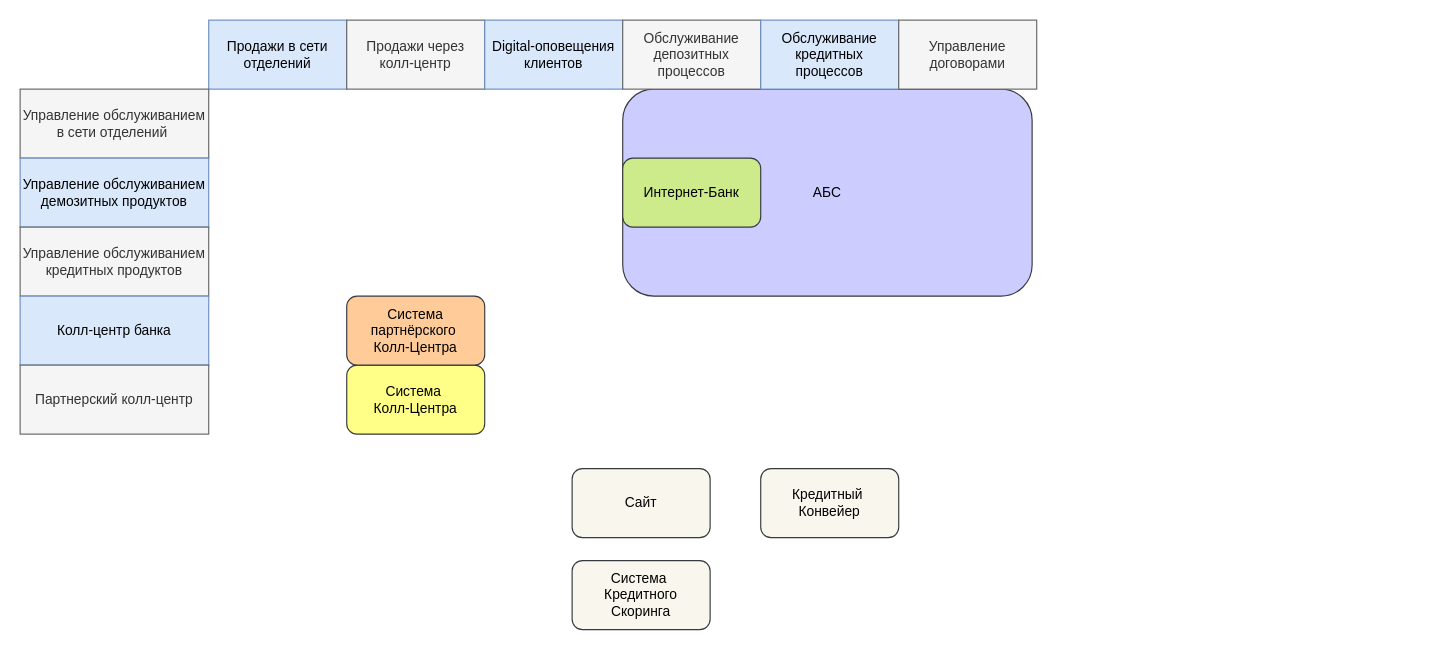
This is page "Карта Ландшафта" (1 of 3) of it_land_map.drawio from MorKaragh/drawings, a draw.io file, before an edit. Source tidied: cells renumbered, new cells numbered last; positions are measured from the earlier drawing's top-left corner, leaving out a move shared by most shapes. Both pictures are drawn from the tidied source at 115%, with x=0, y=0 at pixel (20, 20).
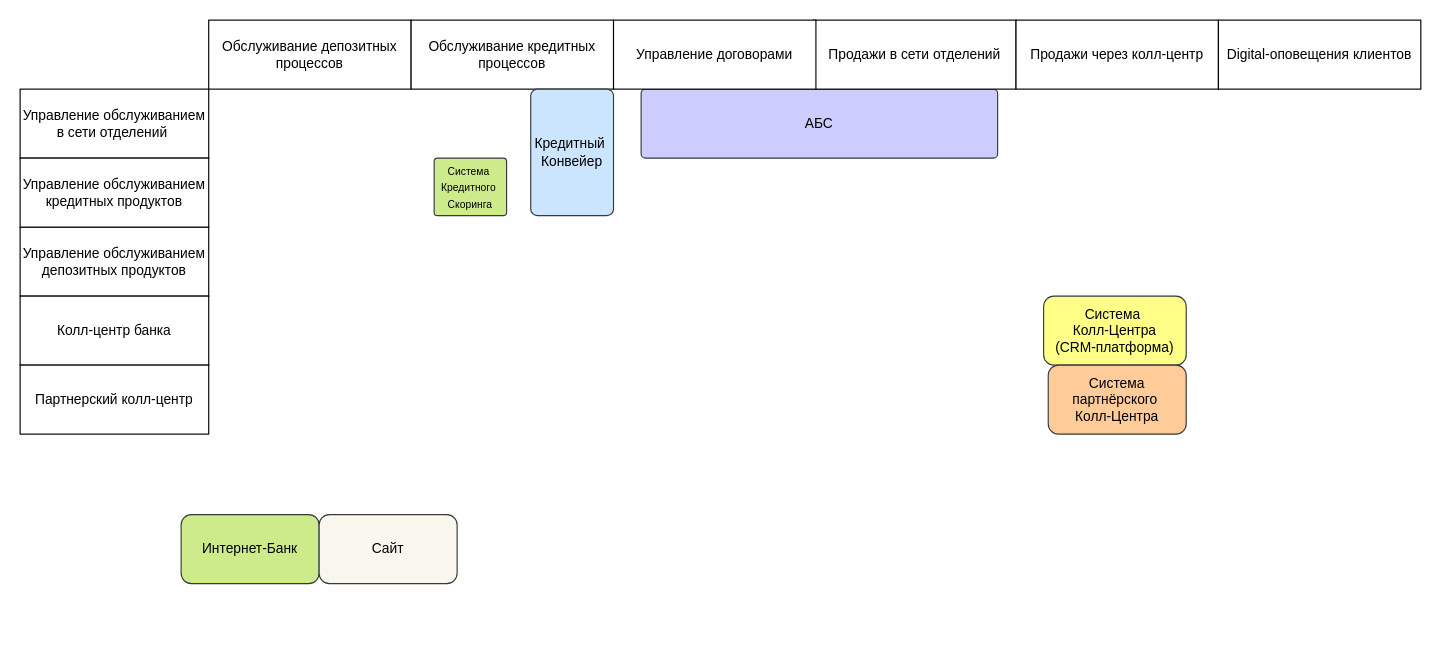
Above is the later version.

The edit, as a diff of the source:
```diff
@@
 <mxGraphModel>
   <root>
     <mxCell id="0" />
     <mxCell id="1" parent="0" />
-    <mxCell id="2" value="АБС" style="rounded=1;whiteSpace=wrap;html=1;fillColor=#CCCCFF;strokeColor=#36393d;" parent="1" vertex="1">
-      <mxGeometry x="524" y="60" width="356" height="180" as="geometry" />
+    <mxCell id="2" value="&lt;div&gt;&lt;span style=&quot;background-color: transparent; color: light-dark(rgb(0, 0, 0), rgb(255, 255, 255));&quot;&gt;АБС&lt;/span&gt;&lt;/div&gt;" style="rounded=1;whiteSpace=wrap;html=1;fillColor=#CCCCFF;strokeColor=#36393d;arcSize=6;" parent="1" vertex="1">
+      <mxGeometry x="540" y="60" width="310" height="60" as="geometry" />
     </mxCell>
-    <mxCell id="3" value="Продажи в сети отделений" style="rounded=0;whiteSpace=wrap;html=1;fillColor=#dae8fc;strokeColor=#6c8ebf;" parent="1" vertex="1">
-      <mxGeometry x="164" width="120" height="60" as="geometry" />
+    <mxCell id="3" value="Продажи в сети отделений" style="rounded=0;whiteSpace=wrap;html=1;" parent="1" vertex="1">
+      <mxGeometry x="690" width="176" height="60" as="geometry" />
     </mxCell>
-    <mxCell id="4" value="Продажи через колл-центр" style="rounded=0;whiteSpace=wrap;html=1;fillColor=#f5f5f5;fontColor=#333333;strokeColor=#666666;" parent="1" vertex="1">
-      <mxGeometry x="284" width="120" height="60" as="geometry" />
+    <mxCell id="4" value="Продажи через колл-центр" style="rounded=0;whiteSpace=wrap;html=1;" parent="1" vertex="1">
+      <mxGeometry x="866" width="176" height="60" as="geometry" />
     </mxCell>
-    <mxCell id="5" value="Digital-оповещения клиентов" style="rounded=0;whiteSpace=wrap;html=1;fillColor=#dae8fc;strokeColor=#6c8ebf;" parent="1" vertex="1">
-      <mxGeometry x="404" width="120" height="60" as="geometry" />
+    <mxCell id="5" value="Digital-оповещения клиентов" style="rounded=0;whiteSpace=wrap;html=1;" parent="1" vertex="1">
+      <mxGeometry x="1042" width="176" height="60" as="geometry" />
     </mxCell>
-    <mxCell id="6" value="Обслуживание депозитных процессов" style="rounded=0;whiteSpace=wrap;html=1;fillColor=#f5f5f5;fontColor=#333333;strokeColor=#666666;" parent="1" vertex="1">
-      <mxGeometry x="524" width="120" height="60" as="geometry" />
+    <mxCell id="6" value="Обслуживание депозитных процессов" style="rounded=0;whiteSpace=wrap;html=1;" parent="1" vertex="1">
+      <mxGeometry x="164" width="176" height="60" as="geometry" />
     </mxCell>
-    <mxCell id="7" value="Обслуживание кредитных процессов" style="rounded=0;whiteSpace=wrap;html=1;fillColor=#dae8fc;strokeColor=#6c8ebf;" parent="1" vertex="1">
-      <mxGeometry x="644" width="120" height="60" as="geometry" />
+    <mxCell id="7" value="Обслуживание кредитных процессов" style="rounded=0;whiteSpace=wrap;html=1;" parent="1" vertex="1">
+      <mxGeometry x="340" width="176" height="60" as="geometry" />
     </mxCell>
-    <mxCell id="8" value="Управление договорами" style="rounded=0;whiteSpace=wrap;html=1;fillColor=#f5f5f5;fontColor=#333333;strokeColor=#666666;" parent="1" vertex="1">
-      <mxGeometry x="764" width="120" height="60" as="geometry" />
+    <mxCell id="8" value="Управление договорами" style="rounded=0;whiteSpace=wrap;html=1;" parent="1" vertex="1">
+      <mxGeometry x="516" width="176" height="60" as="geometry" />
     </mxCell>
-    <mxCell id="9" value="Управление обслуживанием в сети отделений&amp;nbsp;" style="rounded=0;whiteSpace=wrap;html=1;fillColor=#f5f5f5;fontColor=#333333;strokeColor=#666666;" parent="1" vertex="1">
+    <mxCell id="9" value="Управление обслуживанием в сети отделений&amp;nbsp;" style="rounded=0;whiteSpace=wrap;html=1;" parent="1" vertex="1">
       <mxGeometry y="60" width="164" height="60" as="geometry" />
     </mxCell>
-    <mxCell id="10" value="Управление обслуживанием демозитных продуктов" style="rounded=0;whiteSpace=wrap;html=1;fillColor=#dae8fc;strokeColor=#6c8ebf;" parent="1" vertex="1">
-      <mxGeometry y="120" width="164" height="60" as="geometry" />
+    <mxCell id="10" value="Управление обслуживанием депозитных продуктов" style="rounded=0;whiteSpace=wrap;html=1;" parent="1" vertex="1">
+      <mxGeometry y="180" width="164" height="60" as="geometry" />
     </mxCell>
-    <mxCell id="11" value="Управление обслуживанием кредитных продуктов" style="rounded=0;whiteSpace=wrap;html=1;fillColor=#f5f5f5;strokeColor=#666666;fontColor=#333333;" parent="1" vertex="1">
-      <mxGeometry y="180" width="164" height="60" as="geometry" />
+    <mxCell id="11" value="Управление обслуживанием кредитных продуктов" style="rounded=0;whiteSpace=wrap;html=1;" parent="1" vertex="1">
+      <mxGeometry y="120" width="164" height="60" as="geometry" />
     </mxCell>
-    <mxCell id="12" value="Колл-центр банка" style="rounded=0;whiteSpace=wrap;html=1;fillColor=#dae8fc;strokeColor=#6c8ebf;" parent="1" vertex="1">
+    <mxCell id="12" value="Колл-центр банка" style="rounded=0;whiteSpace=wrap;html=1;" parent="1" vertex="1">
       <mxGeometry y="240" width="164" height="60" as="geometry" />
     </mxCell>
-    <mxCell id="13" value="Партнерский колл-центр" style="rounded=0;whiteSpace=wrap;html=1;fillColor=#f5f5f5;strokeColor=#666666;fontColor=#333333;" parent="1" vertex="1">
+    <mxCell id="13" value="Партнерский колл-центр" style="rounded=0;whiteSpace=wrap;html=1;" parent="1" vertex="1">
       <mxGeometry y="300" width="164" height="60" as="geometry" />
     </mxCell>
     <mxCell id="14" value="Интернет-Банк" style="rounded=1;whiteSpace=wrap;html=1;fillColor=#cdeb8b;strokeColor=#36393d;" parent="1" vertex="1">
-      <mxGeometry x="524" y="120" width="120" height="60" as="geometry" />
+      <mxGeometry x="140" y="430" width="120" height="60" as="geometry" />
     </mxCell>
-    <mxCell id="15" value="Система&amp;nbsp;&lt;div&gt;Колл-Центра&lt;/div&gt;" style="rounded=1;whiteSpace=wrap;html=1;fillColor=#ffff88;strokeColor=#36393d;" parent="1" vertex="1">
-      <mxGeometry x="284" y="300" width="120" height="60" as="geometry" />
+    <mxCell id="15" value="Система&amp;nbsp;&lt;div&gt;Колл-Центра&lt;/div&gt;&lt;div&gt;(CRM-платформа)&lt;/div&gt;" style="rounded=1;whiteSpace=wrap;html=1;fillColor=#ffff88;strokeColor=#36393d;" parent="1" vertex="1">
+      <mxGeometry x="890" y="240" width="124" height="60" as="geometry" />
     </mxCell>
     <mxCell id="16" value="Система партнёрского&amp;nbsp;&lt;div&gt;Колл-Центра&lt;/div&gt;" style="rounded=1;whiteSpace=wrap;html=1;fillColor=#ffcc99;strokeColor=#36393d;" parent="1" vertex="1">
-      <mxGeometry x="284" y="240" width="120" height="60" as="geometry" />
+      <mxGeometry x="894" y="300" width="120" height="60" as="geometry" />
     </mxCell>
     <mxCell id="17" value="Сайт" style="rounded=1;whiteSpace=wrap;html=1;fillColor=#f9f7ed;strokeColor=#36393d;" parent="1" vertex="1">
-      <mxGeometry x="480" y="390" width="120" height="60" as="geometry" />
+      <mxGeometry x="260" y="430" width="120" height="60" as="geometry" />
     </mxCell>
-    <mxCell id="18" value="Кредитный&amp;nbsp;&lt;div&gt;Конвейер&lt;/div&gt;" style="rounded=1;whiteSpace=wrap;html=1;fillColor=#f9f7ed;strokeColor=#36393d;" parent="1" vertex="1">
-      <mxGeometry x="644" y="390" width="120" height="60" as="geometry" />
+    <mxCell id="18" value="Кредитный&amp;nbsp;&lt;div&gt;Конвейер&lt;/div&gt;" style="rounded=1;whiteSpace=wrap;html=1;fillColor=#cce5ff;strokeColor=#36393d;verticalAlign=middle;arcSize=8;" parent="1" vertex="1">
+      <mxGeometry x="444" y="60" width="72" height="110" as="geometry" />
     </mxCell>
-    <mxCell id="19" value="Система&amp;nbsp;&lt;div&gt;Кредитного&lt;/div&gt;&lt;div&gt;Скоринга&lt;/div&gt;" style="rounded=1;whiteSpace=wrap;html=1;fillColor=#f9f7ed;strokeColor=#36393d;" parent="1" vertex="1">
-      <mxGeometry x="480" y="470" width="120" height="60" as="geometry" />
+    <mxCell id="19" value="&lt;font style=&quot;font-size: 9px;&quot;&gt;Система&amp;nbsp;&lt;/font&gt;&lt;div&gt;&lt;span style=&quot;font-size: 9px; background-color: transparent; color: light-dark(rgb(0, 0, 0), rgb(255, 255, 255));&quot;&gt;Кредитного&amp;nbsp;&lt;/span&gt;&lt;div&gt;&lt;span style=&quot;font-size: 9px; background-color: transparent; color: light-dark(rgb(0, 0, 0), rgb(255, 255, 255));&quot;&gt;Скоринга&lt;/span&gt;&lt;/div&gt;&lt;/div&gt;" style="rounded=1;whiteSpace=wrap;html=1;fillColor=#cdeb8b;strokeColor=#36393d;align=center;verticalAlign=middle;arcSize=6;fontFamily=Helvetica;fontSize=12;" parent="1" vertex="1">
+      <mxGeometry x="360" y="120" width="63" height="50" as="geometry" />
     </mxCell>
   </root>
 </mxGraphModel>
```
